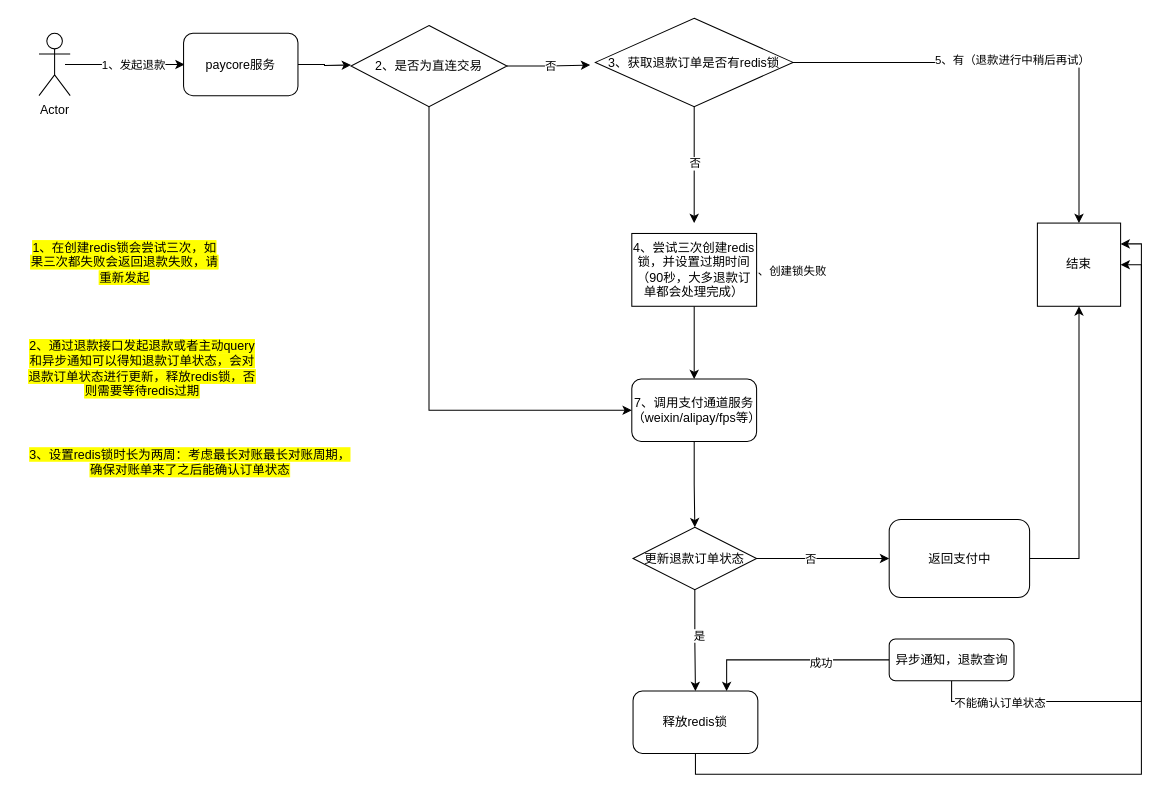
The draw.io diagram 未命名绘图.drawio in ferryman1993/-, before the edit. Source tidied: cells renumbered, new cells numbered last; positions are measured from the earlier drawing's top-left corner, leaving out a move shared by most shapes. Both pictures are drawn from the tidied source at 104%, with x=0, y=0 at pixel (18, 18).
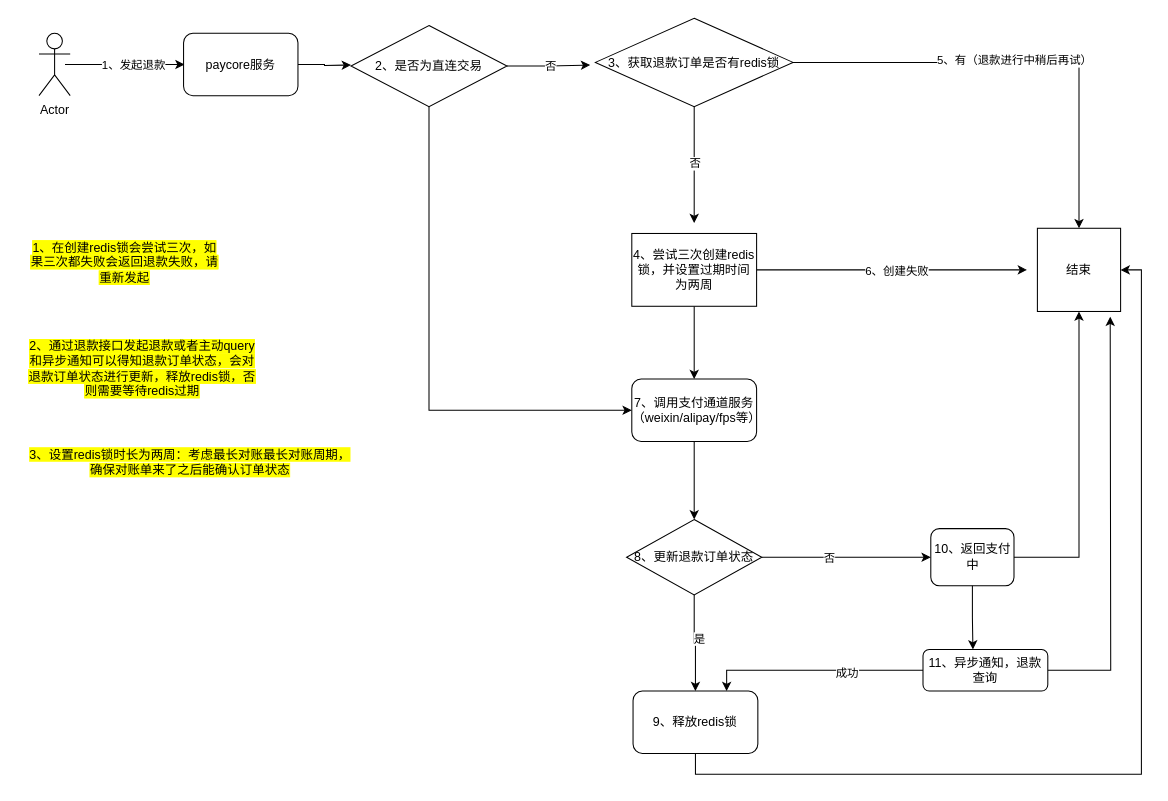
Above is the later version.

Commit message:
防止重复退款.drawio

Change to the diagram source:
```diff
@@
     <mxCell id="11" value="结束" style="whiteSpace=wrap;html=1;" parent="1" vertex="1">
-      <mxGeometry x="980" y="197" width="80" height="80" as="geometry" />
+      <mxGeometry x="980" y="202" width="80" height="80" as="geometry" />
     </mxCell>
-    <mxCell id="12" style="edgeStyle=orthogonalEdgeStyle;rounded=0;jettySize=auto;html=1;" parent="1" edge="1" source="15">
-      <mxGeometry relative="1" as="geometry">
-        <mxPoint x="770" y="242" as="targetPoint" />
-      </mxGeometry>
-    </mxCell>
-    <mxCell id="13" value="6、创建锁失败" style="edgeLabel;html=1;align=center;verticalAlign=middle;" parent="12" vertex="1">
-      <mxGeometry x="0.04" relative="1" as="geometry" />
-    </mxCell>
@@
+    <mxCell id="40" style="edgeStyle=orthogonalEdgeStyle;rounded=0;jettySize=auto;html=1;exitX=1;exitY=0.5;exitDx=0;exitDy=0;" parent="1" edge="1" source="15">
+      <mxGeometry relative="1" as="geometry">
+        <mxPoint x="970" y="242" as="targetPoint" />
+      </mxGeometry>
+    </mxCell>
+    <mxCell id="41" value="6、创建失败" style="edgeLabel;html=1;align=center;verticalAlign=middle;" parent="40" vertex="1">
+      <mxGeometry x="0.03" relative="1" as="geometry">
+        <mxPoint x="1" as="offset" />
+      </mxGeometry>
+    </mxCell>
-    <mxCell id="15" value="4、尝试三次创建redis锁，并设置过期时间（90秒，大多退款订单都会处理完成）" style="rounded=0;whiteSpace=wrap;html=1;" parent="1" vertex="1">
+    <mxCell id="15" value="4、尝试三次创建redis锁，并设置过期时间为两周" style="rounded=0;whiteSpace=wrap;html=1;" parent="1" vertex="1">
       <mxGeometry x="590" y="207" width="120" height="70" as="geometry" />
     </mxCell>
@@
-    <mxCell id="20" value="释放redis锁" style="rounded=1;whiteSpace=wrap;html=1;" parent="1" vertex="1">
+    <mxCell id="20" value="9、释放redis锁" style="rounded=1;whiteSpace=wrap;html=1;" parent="1" vertex="1">
       <mxGeometry x="591.2" y="647" width="120" height="60" as="geometry" />
     </mxCell>
@@
-    <mxCell id="22" value="返回支付中" style="rounded=1;whiteSpace=wrap;html=1;direction=west;" parent="1" vertex="1">
-      <mxGeometry x="837.5" y="482" width="135" height="75" as="geometry" />
+    <mxCell id="22" value="10、返回支付中" style="rounded=1;whiteSpace=wrap;html=1;direction=west;" parent="1" vertex="1">
+      <mxGeometry x="877.5" y="490.8" width="80" height="55" as="geometry" />
     </mxCell>
@@
-    <mxCell id="31" value="更新退款订单状态" style="rhombus;whiteSpace=wrap;html=1;" parent="1" vertex="1">
-      <mxGeometry x="591.2" y="489.5" width="118.8" height="60" as="geometry" />
+    <mxCell id="31" value="8、更新退款订单状态" style="rhombus;whiteSpace=wrap;html=1;" parent="1" vertex="1">
+      <mxGeometry x="585" y="482" width="130" height="72.5" as="geometry" />
     </mxCell>
@@
-    <mxCell id="34" style="edgeStyle=orthogonalEdgeStyle;rounded=0;jettySize=auto;html=1;exitX=0.5;exitY=1;exitDx=0;exitDy=0;entryX=1;entryY=0.25;entryDx=0;entryDy=0;" parent="1" edge="1" source="36" target="11">
-      <mxGeometry relative="1" as="geometry" />
-    </mxCell>
-    <mxCell id="35" value="不能确认订单状态" style="edgeLabel;html=1;align=center;verticalAlign=middle;" parent="34" vertex="1">
-      <mxGeometry x="-0.8" y="-1" relative="1" as="geometry" />
-    </mxCell>
+    <mxCell id="42" style="edgeStyle=orthogonalEdgeStyle;rounded=0;jettySize=auto;html=1;" parent="1" edge="1" source="36">
+      <mxGeometry relative="1" as="geometry">
+        <mxPoint x="1050" y="287" as="targetPoint" />
+      </mxGeometry>
+    </mxCell>
-    <mxCell id="36" value="异步通知，退款查询" style="rounded=1;whiteSpace=wrap;html=1;" parent="1" vertex="1">
-      <mxGeometry x="837.5" y="597" width="120" height="40" as="geometry" />
+    <mxCell id="36" value="11、异步通知，退款查询" style="rounded=1;whiteSpace=wrap;html=1;" parent="1" vertex="1">
+      <mxGeometry x="870" y="607" width="120" height="40" as="geometry" />
     </mxCell>
@@
+    <mxCell id="43" style="edgeStyle=orthogonalEdgeStyle;rounded=0;jettySize=auto;html=1;exitX=0.5;exitY=0;exitDx=0;exitDy=0;entryX=0.4;entryY=0;entryDx=0;entryDy=0;entryPerimeter=0;" parent="1" edge="1" source="22" target="36">
+      <mxGeometry relative="1" as="geometry" />
+    </mxCell>
```
